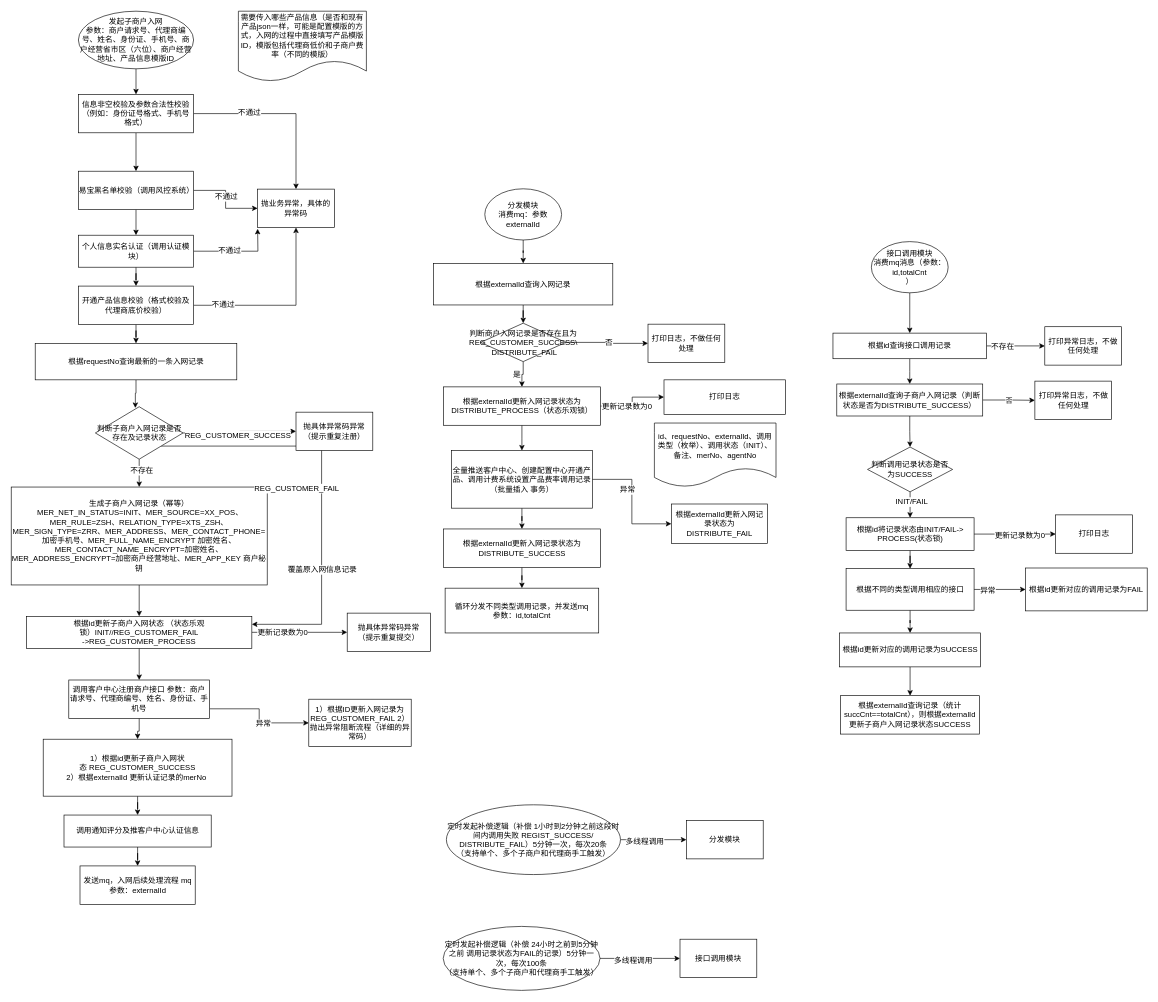
Earlier version of the draw.io diagram 子商户入网流程图.drawio (cp0802/drawioRep). Source tidied: cells renumbered, new cells numbered last; positions are measured from the earlier drawing's top-left corner, leaving out a move shared by most shapes. Both pictures are drawn from the tidied source at 64%, with x=0, y=0 at pixel (11, 11).
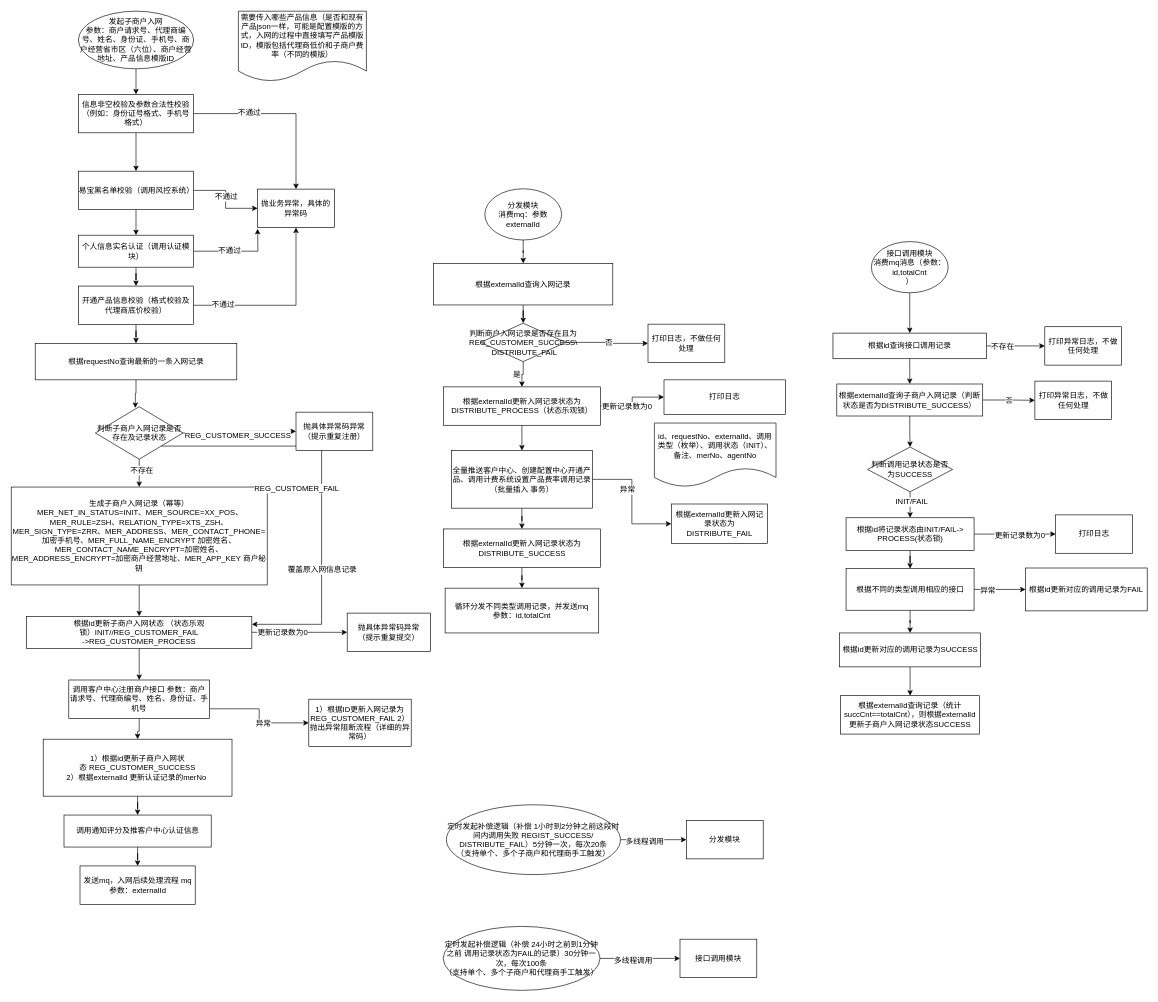
The same page after the edit.

Commit message:
Update 子商户入网流程图.drawio

Change to the diagram source:
```diff
@@
-    <mxCell id="94" value="定时发起补偿逻辑（补偿 24小时之前到5分钟之前 调用记录状态为FAIL的记录）5分钟一次，每次100条&lt;br&gt;（支持单个、多个子商户和代理商手工触发）&lt;br&gt;" style="ellipse;whiteSpace=wrap;html=1;" parent="1" vertex="1">
+    <mxCell id="94" value="定时发起补偿逻辑（补偿 24小时之前到1分钟之前 调用记录状态为FAIL的记录）30分钟一次，每次100条&lt;br&gt;（支持单个、多个子商户和代理商手工触发）&lt;br&gt;" style="ellipse;whiteSpace=wrap;html=1;" parent="1" vertex="1">
       <mxGeometry x="675" y="1430" width="245" height="100" as="geometry" />
     </mxCell>
```
